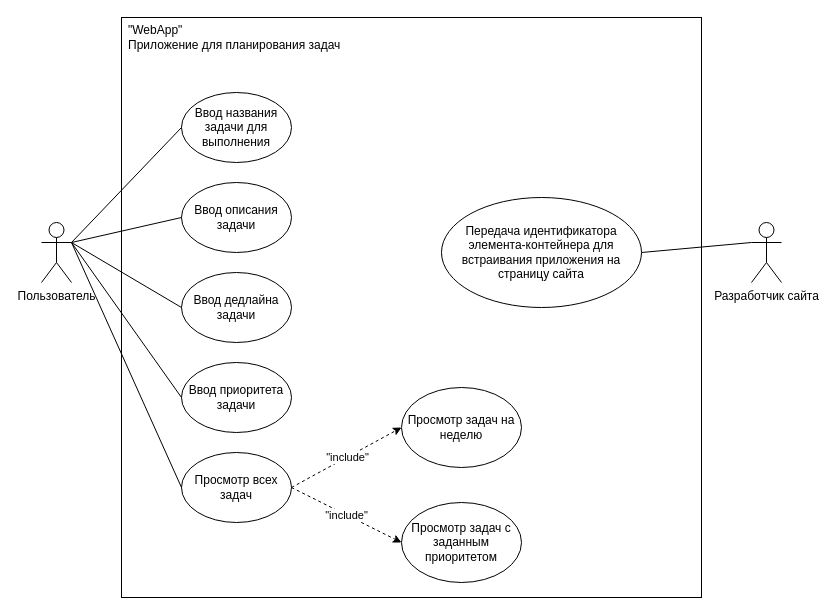
The draw.io diagram ДемковМихаил.drawio in mkdemkov/JS_hw1, before the edit. Source tidied: cells renumbered, new cells numbered last; positions are measured from the earlier drawing's top-left corner, leaving out a move shared by most shapes. Both pictures are drawn from the tidied source at 100%, with x=0, y=0 at pixel (41, 17).
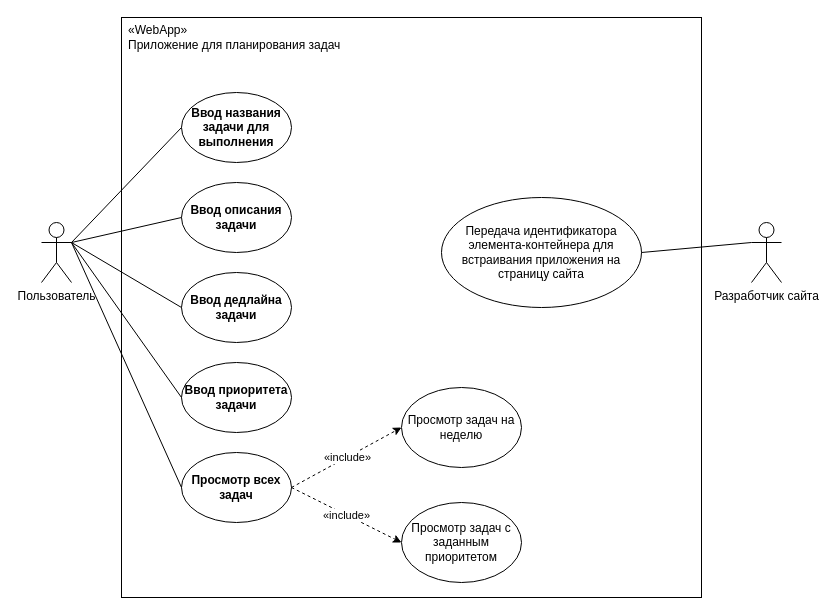
After the change.

The change refers to these unchanged cells:
```xml
<mxCell id="16" style="endArrow=classic;html=1;rounded=0;exitX=1;exitY=0.5;exitDx=0;exitDy=0;entryX=0;entryY=0.5;entryDx=0;entryDy=0;dashed=1;" parent="1" edge="1" source="12" target="15">
  <mxGeometry relative="1" as="geometry" />
</mxCell>
<mxCell id="18" style="endArrow=classic;html=1;rounded=0;exitX=1;exitY=0.5;exitDx=0;exitDy=0;entryX=0;entryY=0.5;entryDx=0;entryDy=0;dashed=1;" parent="1" edge="1" source="12" target="14">
  <mxGeometry relative="1" as="geometry" />
</mxCell>
```

What changed in the source:
```diff
@@
-    <mxCell id="4" value="Ввод названия задачи для выполнения" style="ellipse;whiteSpace=wrap;html=1;" parent="1" vertex="1">
+    <mxCell id="4" value="&lt;b&gt;Ввод названия задачи для выполнения&lt;/b&gt;" style="ellipse;whiteSpace=wrap;html=1;" parent="1" vertex="1">
       <mxGeometry x="140" y="75" width="110" height="70" as="geometry" />
     </mxCell>
-    <mxCell id="5" value="Ввод описания задачи" style="ellipse;whiteSpace=wrap;html=1;" parent="1" vertex="1">
+    <mxCell id="5" value="&lt;b&gt;Ввод описания задачи&lt;/b&gt;" style="ellipse;whiteSpace=wrap;html=1;" parent="1" vertex="1">
       <mxGeometry x="140" y="165" width="110" height="70" as="geometry" />
     </mxCell>
-    <mxCell id="6" value="Ввод дедлайна задачи" style="ellipse;whiteSpace=wrap;html=1;" parent="1" vertex="1">
+    <mxCell id="6" value="&lt;b&gt;Ввод дедлайна задачи&lt;/b&gt;" style="ellipse;whiteSpace=wrap;html=1;" parent="1" vertex="1">
       <mxGeometry x="140" y="255" width="110" height="70" as="geometry" />
     </mxCell>
-    <mxCell id="7" value="Ввод приоритета задачи" style="ellipse;whiteSpace=wrap;html=1;" parent="1" vertex="1">
+    <mxCell id="7" value="&lt;b&gt;Ввод приоритета задачи&lt;/b&gt;" style="ellipse;whiteSpace=wrap;html=1;" parent="1" vertex="1">
       <mxGeometry x="140" y="345" width="110" height="70" as="geometry" />
     </mxCell>
@@
-    <mxCell id="12" value="Просмотр всех задач" style="ellipse;whiteSpace=wrap;html=1;" parent="1" vertex="1">
+    <mxCell id="12" value="&lt;b&gt;Просмотр всех задач&lt;/b&gt;" style="ellipse;whiteSpace=wrap;html=1;" parent="1" vertex="1">
       <mxGeometry x="140" y="435" width="110" height="70" as="geometry" />
     </mxCell>
@@
-    <mxCell id="17" value="&quot;include&quot;" style="edgeLabel;html=1;align=center;verticalAlign=middle;" parent="16" vertex="1">
+    <mxCell id="17" value="«include»" style="edgeLabel;html=1;align=center;verticalAlign=middle;" parent="16" vertex="1">
       <mxGeometry relative="1" as="geometry" />
     </mxCell>
@@
-    <mxCell id="19" value="&quot;include&quot;" style="edgeLabel;html=1;align=center;verticalAlign=middle;" parent="18" vertex="1">
+    <mxCell id="19" value="«include»" style="edgeLabel;html=1;align=center;verticalAlign=middle;" parent="18" vertex="1">
       <mxGeometry relative="1" as="geometry" />
     </mxCell>
@@
-    <mxCell id="23" value="&quot;WebApp&quot;&lt;br&gt;Приложение для планирования задач" style="text;html=1;strokeColor=none;fillColor=none;align=left;verticalAlign=middle;whiteSpace=wrap;rounded=0;" parent="1" vertex="1">
+    <mxCell id="23" value="«WebApp»&lt;br&gt;Приложение для планирования задач" style="text;html=1;strokeColor=none;fillColor=none;align=left;verticalAlign=middle;whiteSpace=wrap;rounded=0;" parent="1" vertex="1">
       <mxGeometry x="85" y="5" width="220" height="30" as="geometry" />
     </mxCell>
```
